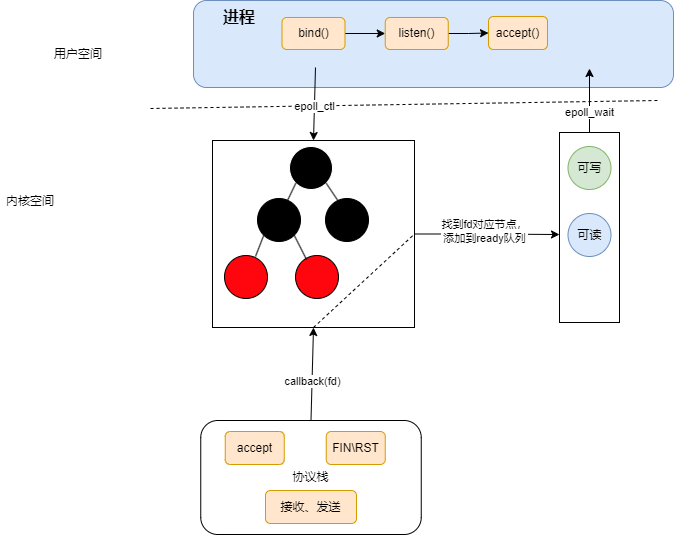
This is CS/OS/网络系统/epoll.drawio.png from sirius-zyj/Images, a draw.io export, as it was before one commit. Source tidied: cells renumbered, new cells last; positions are measured from the earlier drawing's top-left corner, leaving out a move shared by most shapes. Source of this version:
```xml
<mxGraphModel background="#ffffff">
  <root>
    <mxCell id="0" />
    <mxCell id="1" parent="0" />
    <mxCell id="2" style="rounded=1;whiteSpace=wrap;html=1;fillColor=#dae8fc;strokeColor=#6c8ebf;" parent="1" vertex="1">
      <mxGeometry x="193" width="480" height="87" as="geometry" />
    </mxCell>
    <mxCell id="3" style="rounded=0;whiteSpace=wrap;html=1;" parent="1" vertex="1">
      <mxGeometry x="212" y="140" width="202" height="187" as="geometry" />
    </mxCell>
    <mxCell id="4" style="endArrow=none;dashed=1;html=1;rounded=0;" parent="1" edge="1">
      <mxGeometry relative="1" as="geometry">
        <mxPoint x="150" y="108" as="sourcePoint" />
        <mxPoint x="657" y="100" as="targetPoint" />
      </mxGeometry>
    </mxCell>
    <mxCell id="5" style="ellipse;whiteSpace=wrap;html=1;fillColor=#000000;strokeColor=#FFFFFF;" parent="1" vertex="1">
      <mxGeometry x="289" y="146" width="43" height="43" as="geometry" />
    </mxCell>
    <mxCell id="6" style="ellipse;whiteSpace=wrap;html=1;fillColor=#000000;" parent="1" vertex="1">
      <mxGeometry x="257" y="198" width="43" height="43" as="geometry" />
    </mxCell>
    <mxCell id="7" style="ellipse;whiteSpace=wrap;html=1;fillColor=#000000;" parent="1" vertex="1">
      <mxGeometry x="325" y="198" width="43" height="43" as="geometry" />
    </mxCell>
    <mxCell id="8" style="ellipse;whiteSpace=wrap;html=1;fillColor=#FF050D;" parent="1" vertex="1">
      <mxGeometry x="224" y="255" width="43" height="43" as="geometry" />
    </mxCell>
    <mxCell id="9" style="ellipse;whiteSpace=wrap;html=1;fillColor=#FF050D;" parent="1" vertex="1">
      <mxGeometry x="295" y="255" width="43" height="43" as="geometry" />
    </mxCell>
    <mxCell id="10" style="endArrow=none;html=1;rounded=0;exitX=0.698;exitY=0.047;exitDx=0;exitDy=0;entryX=0;entryY=1;entryDx=0;entryDy=0;exitPerimeter=0;" parent="1" edge="1" source="6" target="5">
      <mxGeometry relative="1" as="geometry" />
    </mxCell>
    <mxCell id="11" style="endArrow=none;html=1;rounded=0;exitX=0.302;exitY=0.07;exitDx=0;exitDy=0;entryX=1;entryY=1;entryDx=0;entryDy=0;exitPerimeter=0;" parent="1" edge="1" source="7" target="5">
      <mxGeometry relative="1" as="geometry" />
    </mxCell>
    <mxCell id="12" style="endArrow=none;html=1;rounded=0;exitX=0.721;exitY=0.023;exitDx=0;exitDy=0;entryX=0;entryY=1;entryDx=0;entryDy=0;exitPerimeter=0;" parent="1" edge="1" source="8" target="6">
      <mxGeometry relative="1" as="geometry" />
    </mxCell>
    <mxCell id="13" style="endArrow=none;html=1;rounded=0;entryX=1;entryY=1;entryDx=0;entryDy=0;" parent="1" edge="1" target="6">
      <mxGeometry relative="1" as="geometry">
        <mxPoint x="306" y="259" as="sourcePoint" />
      </mxGeometry>
    </mxCell>
    <mxCell id="14" style="endArrow=classic;html=1;rounded=0;entryX=0.5;entryY=0;entryDx=0;entryDy=0;" parent="1" edge="1" target="3">
      <mxGeometry relative="1" as="geometry">
        <mxPoint x="315" y="67" as="sourcePoint" />
      </mxGeometry>
    </mxCell>
    <mxCell id="15" value="epoll_ctl" style="edgeLabel;html=1;align=center;verticalAlign=middle;" parent="14" vertex="1">
      <mxGeometry x="0.07" relative="1" as="geometry" />
    </mxCell>
    <mxCell id="16" value="用户空间" style="text;html=1;align=center;verticalAlign=middle;whiteSpace=wrap;rounded=0;" parent="1" vertex="1">
      <mxGeometry x="48" y="39" width="60" height="30" as="geometry" />
    </mxCell>
    <mxCell id="17" value="内核空间" style="text;html=1;align=center;verticalAlign=middle;whiteSpace=wrap;rounded=0;" parent="1" vertex="1">
      <mxGeometry y="186" width="60" height="30" as="geometry" />
    </mxCell>
    <mxCell id="18" style="rounded=0;whiteSpace=wrap;html=1;" parent="1" vertex="1">
      <mxGeometry x="559" y="132" width="60" height="190" as="geometry" />
    </mxCell>
    <mxCell id="19" value="可写" style="ellipse;whiteSpace=wrap;html=1;fillColor=#d5e8d4;strokeColor=#82b366;" parent="1" vertex="1">
      <mxGeometry x="567.5" y="146" width="43" height="43" as="geometry" />
    </mxCell>
    <mxCell id="20" value="可读" style="ellipse;whiteSpace=wrap;html=1;fillColor=#dae8fc;strokeColor=#6c8ebf;" parent="1" vertex="1">
      <mxGeometry x="567.5" y="213" width="43" height="43" as="geometry" />
    </mxCell>
    <mxCell id="21" style="endArrow=classic;html=1;rounded=0;exitX=0.5;exitY=0;exitDx=0;exitDy=0;" parent="1" edge="1" source="18">
      <mxGeometry relative="1" as="geometry">
        <mxPoint x="589" y="68" as="targetPoint" />
      </mxGeometry>
    </mxCell>
    <mxCell id="22" value="epoll_wait" style="edgeLabel;html=1;align=center;verticalAlign=middle;" parent="21" vertex="1">
      <mxGeometry x="-0.34" y="1" relative="1" as="geometry" />
    </mxCell>
    <mxCell id="23" value="&lt;b&gt;&lt;font style=&quot;font-size: 16px;&quot;&gt;进程&lt;/font&gt;&lt;/b&gt;" style="text;html=1;align=center;verticalAlign=middle;whiteSpace=wrap;rounded=0;" parent="1" vertex="1">
      <mxGeometry x="209" y="2" width="60" height="30" as="geometry" />
    </mxCell>
    <mxCell id="24" value="协议栈" style="rounded=1;whiteSpace=wrap;html=1;" parent="1" vertex="1">
      <mxGeometry x="200.2" y="420" width="220.5" height="114" as="geometry" />
    </mxCell>
    <mxCell id="25" value="accept" style="rounded=1;whiteSpace=wrap;html=1;fillColor=#ffe6cc;strokeColor=#d79b00;" parent="1" vertex="1">
      <mxGeometry x="224.8" y="431" width="59" height="33" as="geometry" />
    </mxCell>
    <mxCell id="26" value="FIN\RST" style="rounded=1;whiteSpace=wrap;html=1;fillColor=#ffe6cc;strokeColor=#d79b00;" parent="1" vertex="1">
      <mxGeometry x="325.8" y="431" width="59" height="33" as="geometry" />
    </mxCell>
    <mxCell id="27" value="接收、发送" style="rounded=1;whiteSpace=wrap;html=1;fillColor=#ffe6cc;strokeColor=#d79b00;" parent="1" vertex="1">
      <mxGeometry x="265" y="490" width="91" height="33" as="geometry" />
    </mxCell>
    <mxCell id="28" style="endArrow=classic;html=1;rounded=0;exitX=0.5;exitY=0;exitDx=0;exitDy=0;entryX=0.5;entryY=1;entryDx=0;entryDy=0;" parent="1" edge="1" source="24" target="3">
      <mxGeometry relative="1" as="geometry" />
    </mxCell>
    <mxCell id="29" value="callback(fd)" style="edgeLabel;html=1;align=center;verticalAlign=middle;" parent="28" vertex="1">
      <mxGeometry x="-0.14" relative="1" as="geometry" />
    </mxCell>
    <mxCell id="30" style="edgeStyle=orthogonalEdgeStyle;rounded=0;jettySize=auto;html=1;exitX=1;exitY=0.5;exitDx=0;exitDy=0;entryX=0;entryY=0.537;entryDx=0;entryDy=0;entryPerimeter=0;" parent="1" edge="1" source="3" target="18">
      <mxGeometry relative="1" as="geometry" />
    </mxCell>
    <mxCell id="31" value="找到fd对应节点，&lt;br&gt;添加到ready队列" style="edgeLabel;html=1;align=center;verticalAlign=middle;" parent="30" vertex="1">
      <mxGeometry x="-0.05" y="3" relative="1" as="geometry" />
    </mxCell>
    <mxCell id="32" style="endArrow=none;dashed=1;html=1;rounded=0;exitX=0.5;exitY=1;exitDx=0;exitDy=0;entryX=1;entryY=0.5;entryDx=0;entryDy=0;" parent="1" edge="1" source="3" target="3">
      <mxGeometry relative="1" as="geometry" />
    </mxCell>
    <mxCell id="33" style="edgeStyle=orthogonalEdgeStyle;rounded=0;jettySize=auto;html=1;exitX=1;exitY=0.5;exitDx=0;exitDy=0;entryX=0;entryY=0.5;entryDx=0;entryDy=0;" parent="1" edge="1" source="34" target="36">
      <mxGeometry relative="1" as="geometry" />
    </mxCell>
    <mxCell id="34" value="bind()" style="rounded=1;whiteSpace=wrap;html=1;fillColor=#ffe6cc;strokeColor=#d79b00;" parent="1" vertex="1">
      <mxGeometry x="281.5" y="17" width="63" height="32" as="geometry" />
    </mxCell>
    <mxCell id="35" style="edgeStyle=orthogonalEdgeStyle;rounded=0;jettySize=auto;html=1;exitX=1;exitY=0.5;exitDx=0;exitDy=0;entryX=0;entryY=0.5;entryDx=0;entryDy=0;" parent="1" edge="1" source="36" target="37">
      <mxGeometry relative="1" as="geometry" />
    </mxCell>
    <mxCell id="36" value="listen()" style="rounded=1;whiteSpace=wrap;html=1;fillColor=#ffe6cc;strokeColor=#d79b00;" parent="1" vertex="1">
      <mxGeometry x="384.8" y="17" width="63" height="32" as="geometry" />
    </mxCell>
    <mxCell id="37" value="accept()" style="rounded=1;whiteSpace=wrap;html=1;fillColor=#ffe6cc;strokeColor=#d79b00;" parent="1" vertex="1">
      <mxGeometry x="488" y="16" width="59" height="33" as="geometry" />
    </mxCell>
  </root>
</mxGraphModel>
```
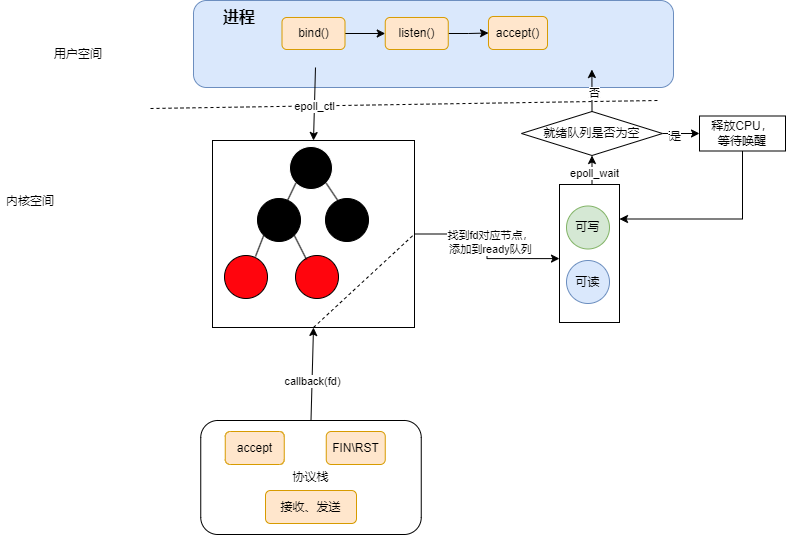
After the commit.

The edit, as a diff of the source:
```diff
@@ -57,23 +57,23 @@
     <mxCell id="17" value="内核空间" style="text;html=1;align=center;verticalAlign=middle;whiteSpace=wrap;rounded=0;" parent="1" vertex="1">
       <mxGeometry y="186" width="60" height="30" as="geometry" />
     </mxCell>
+    <mxCell id="38" style="edgeStyle=orthogonalEdgeStyle;rounded=0;jettySize=auto;html=1;exitX=0.5;exitY=0;exitDx=0;exitDy=0;entryX=0.5;entryY=1;entryDx=0;entryDy=0;" parent="1" edge="1" source="18" target="42">
+      <mxGeometry relative="1" as="geometry" />
+    </mxCell>
+    <mxCell id="22" value="epoll_wait" style="edgeLabel;html=1;align=center;verticalAlign=middle;" parent="38" vertex="1">
+      <mxGeometry x="-0.08" y="-1" relative="1" as="geometry">
+        <mxPoint x="1" as="offset" />
+      </mxGeometry>
+    </mxCell>
     <mxCell id="18" style="rounded=0;whiteSpace=wrap;html=1;" parent="1" vertex="1">
-      <mxGeometry x="559" y="132" width="60" height="190" as="geometry" />
+      <mxGeometry x="559" y="184" width="60" height="138" as="geometry" />
     </mxCell>
     <mxCell id="19" value="可写" style="ellipse;whiteSpace=wrap;html=1;fillColor=#d5e8d4;strokeColor=#82b366;" parent="1" vertex="1">
-      <mxGeometry x="567.5" y="146" width="43" height="43" as="geometry" />
+      <mxGeometry x="566" y="205.5" width="43" height="43" as="geometry" />
     </mxCell>
     <mxCell id="20" value="可读" style="ellipse;whiteSpace=wrap;html=1;fillColor=#dae8fc;strokeColor=#6c8ebf;" parent="1" vertex="1">
-      <mxGeometry x="567.5" y="213" width="43" height="43" as="geometry" />
+      <mxGeometry x="566" y="260" width="43" height="43" as="geometry" />
     </mxCell>
-    <mxCell id="21" style="endArrow=classic;html=1;rounded=0;exitX=0.5;exitY=0;exitDx=0;exitDy=0;" parent="1" edge="1" source="18">
-      <mxGeometry relative="1" as="geometry">
-        <mxPoint x="589" y="68" as="targetPoint" />
-      </mxGeometry>
-    </mxCell>
-    <mxCell id="22" value="epoll_wait" style="edgeLabel;html=1;align=center;verticalAlign=middle;" parent="21" vertex="1">
-      <mxGeometry x="-0.34" y="1" relative="1" as="geometry" />
-    </mxCell>
     <mxCell id="23" value="&lt;b&gt;&lt;font style=&quot;font-size: 16px;&quot;&gt;进程&lt;/font&gt;&lt;/b&gt;" style="text;html=1;align=center;verticalAlign=middle;whiteSpace=wrap;rounded=0;" parent="1" vertex="1">
       <mxGeometry x="209" y="2" width="60" height="30" as="geometry" />
     </mxCell>
@@ -119,5 +119,34 @@
     <mxCell id="37" value="accept()" style="rounded=1;whiteSpace=wrap;html=1;fillColor=#ffe6cc;strokeColor=#d79b00;" parent="1" vertex="1">
       <mxGeometry x="488" y="16" width="59" height="33" as="geometry" />
     </mxCell>
+    <mxCell id="39" style="edgeStyle=orthogonalEdgeStyle;rounded=0;jettySize=auto;html=1;exitX=1;exitY=0.5;exitDx=0;exitDy=0;entryX=0;entryY=0.5;entryDx=0;entryDy=0;" parent="1" edge="1" source="42" target="47">
+      <mxGeometry relative="1" as="geometry" />
+    </mxCell>
+    <mxCell id="40" value="否" style="edgeLabel;html=1;align=center;verticalAlign=middle;" parent="39" vertex="1">
+      <mxGeometry x="-0.46" y="-2" relative="1" as="geometry" />
+    </mxCell>
+    <mxCell id="41" value="是" style="edgeLabel;html=1;align=center;verticalAlign=middle;" parent="39" vertex="1">
+      <mxGeometry x="-0.35" y="-2" relative="1" as="geometry" />
+    </mxCell>
+    <mxCell id="42" value="就绪队列是否为空" style="rhombus;whiteSpace=wrap;html=1;" parent="1" vertex="1">
+      <mxGeometry x="521" y="111" width="141" height="44" as="geometry" />
+    </mxCell>
+    <mxCell id="43" style="endArrow=classic;html=1;rounded=0;exitX=0.5;exitY=0;exitDx=0;exitDy=0;entryX=0.83;entryY=0.793;entryDx=0;entryDy=0;entryPerimeter=0;" parent="1" edge="1" source="42" target="2">
+      <mxGeometry relative="1" as="geometry" />
+    </mxCell>
+    <mxCell id="44" value="是" style="edgeLabel;html=1;align=center;verticalAlign=middle;" parent="43" vertex="1">
+      <mxGeometry x="-0.14" y="-2" relative="1" as="geometry" />
+    </mxCell>
+    <mxCell id="45" value="否" style="edgeLabel;html=1;align=center;verticalAlign=middle;" parent="43" vertex="1">
+      <mxGeometry x="-0.14" y="-5" relative="1" as="geometry">
+        <mxPoint x="-3" as="offset" />
+      </mxGeometry>
+    </mxCell>
+    <mxCell id="46" style="edgeStyle=orthogonalEdgeStyle;rounded=0;jettySize=auto;html=1;exitX=0.5;exitY=1;exitDx=0;exitDy=0;entryX=1;entryY=0.25;entryDx=0;entryDy=0;" parent="1" edge="1" source="47" target="18">
+      <mxGeometry relative="1" as="geometry" />
+    </mxCell>
+    <mxCell id="47" value="释放CPU，&lt;div&gt;等待唤醒&lt;/div&gt;" style="rounded=0;whiteSpace=wrap;html=1;" parent="1" vertex="1">
+      <mxGeometry x="699" y="115.5" width="86" height="35" as="geometry" />
+    </mxCell>
   </root>
 </mxGraphModel>
```
